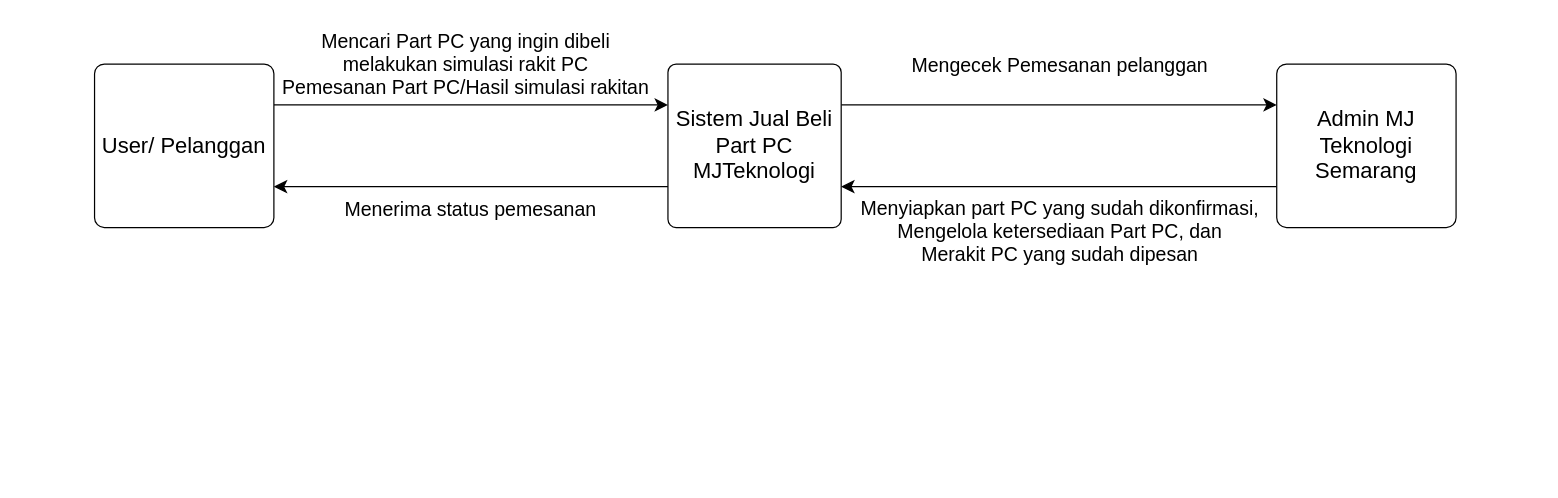
This is mj teknologi.drawio from gelaws-hub/mjtek-site, a draw.io file, before an edit. Source tidied: cells renumbered, new cells numbered last; positions are measured from the earlier drawing's top-left corner, leaving out a move shared by most shapes. Both pictures are drawn from the tidied source at 122%, with x=0, y=0 at pixel (94, 21).
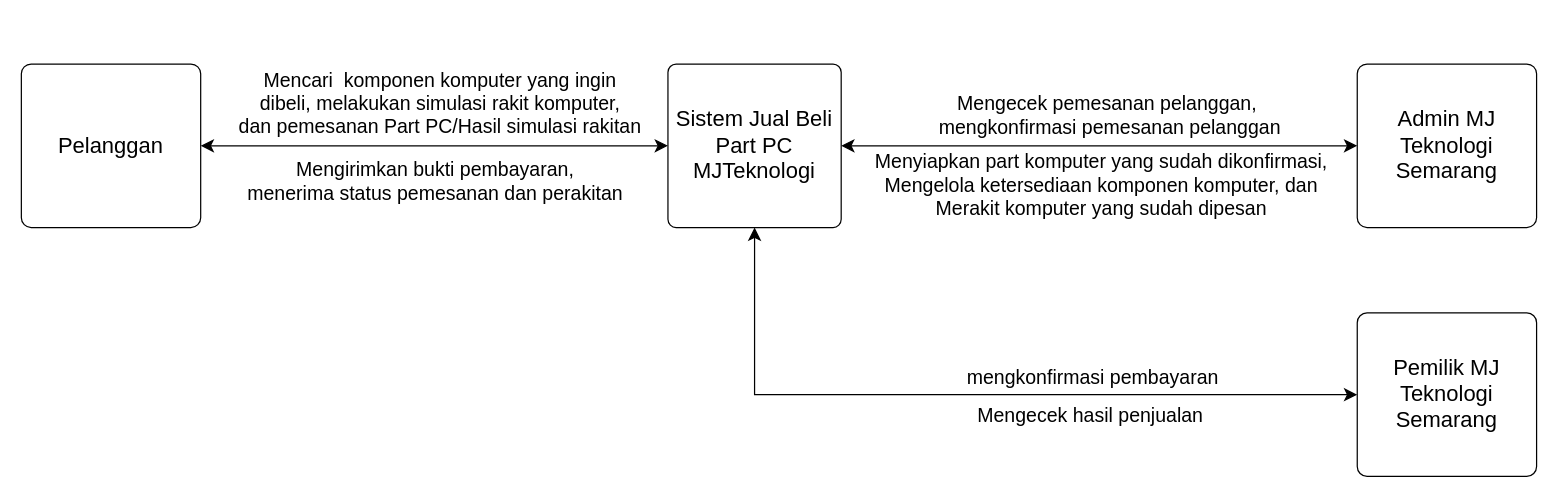
The same diagram, later.

The edit, as a diff of the source:
```diff
@@
 <mxGraphModel>
   <root>
     <mxCell id="0" />
     <mxCell id="1" parent="0" />
-    <mxCell id="2" style="edgeStyle=none;curved=1;rounded=0;jettySize=auto;html=1;exitX=1;exitY=0.25;exitDx=0;exitDy=0;entryX=0;entryY=0.25;entryDx=0;entryDy=0;fontSize=12;startSize=8;endSize=8;" parent="1" edge="1" source="3" target="6">
+    <mxCell id="2" style="edgeStyle=none;curved=1;rounded=0;jettySize=auto;html=1;exitX=1;exitY=0.5;exitDx=0;exitDy=0;entryX=0;entryY=0.5;entryDx=0;entryDy=0;fontSize=12;startSize=8;endSize=8;startArrow=classic;startFill=1;" parent="1" edge="1" source="3" target="6">
       <mxGeometry relative="1" as="geometry" />
     </mxCell>
-    <mxCell id="3" value="&lt;font style=&quot;font-size: 18px;&quot;&gt;User/ Pelanggan&lt;/font&gt;" style="rounded=1;whiteSpace=wrap;html=1;arcSize=6;" parent="1" vertex="1">
-      <mxGeometry y="35" width="147" height="134" as="geometry" />
+    <mxCell id="3" value="&lt;font style=&quot;font-size: 18px;&quot;&gt;Pelanggan&lt;/font&gt;" style="rounded=1;whiteSpace=wrap;html=1;arcSize=6;" parent="1" vertex="1">
+      <mxGeometry x="-60" y="35" width="147" height="134" as="geometry" />
     </mxCell>
-    <mxCell id="4" style="edgeStyle=none;curved=1;rounded=0;jettySize=auto;html=1;exitX=0;exitY=0.75;exitDx=0;exitDy=0;entryX=1;entryY=0.75;entryDx=0;entryDy=0;fontSize=12;startSize=8;endSize=8;" parent="1" edge="1" source="6" target="3">
-      <mxGeometry relative="1" as="geometry" />
-    </mxCell>
-    <mxCell id="5" style="edgeStyle=none;curved=1;rounded=0;jettySize=auto;html=1;exitX=1;exitY=0.25;exitDx=0;exitDy=0;entryX=0;entryY=0.25;entryDx=0;entryDy=0;fontSize=12;startSize=8;endSize=8;" parent="1" edge="1" source="6" target="10">
+    <mxCell id="5" style="edgeStyle=none;curved=1;rounded=0;jettySize=auto;html=1;exitX=1;exitY=0.5;exitDx=0;exitDy=0;entryX=0;entryY=0.5;entryDx=0;entryDy=0;fontSize=12;startSize=8;endSize=8;startArrow=classic;startFill=1;" parent="1" edge="1" source="6" target="10">
       <mxGeometry relative="1" as="geometry" />
     </mxCell>
+    <mxCell id="13" style="edgeStyle=orthogonalEdgeStyle;rounded=0;jettySize=auto;html=1;exitX=0.5;exitY=1;exitDx=0;exitDy=0;entryX=0;entryY=0.5;entryDx=0;entryDy=0;fontSize=12;startSize=8;endSize=8;startArrow=classic;startFill=1;" parent="1" edge="1" source="6" target="14">
+      <mxGeometry relative="1" as="geometry" />
+    </mxCell>
     <mxCell id="6" value="&lt;font style=&quot;font-size: 18px;&quot;&gt;Sistem Jual Beli Part PC MJTeknologi&lt;/font&gt;" style="rounded=1;whiteSpace=wrap;html=1;arcSize=5;" parent="1" vertex="1">
       <mxGeometry x="470" y="35" width="142" height="134" as="geometry" />
     </mxCell>
-    <mxCell id="7" value="Menerima status pemesanan" style="text;html=1;align=center;verticalAlign=middle;strokeColor=none;fillColor=none;fontSize=16;" parent="1" vertex="1">
-      <mxGeometry x="196" y="138" width="224" height="31" as="geometry" />
+    <mxCell id="7" value="Mengirimkan bukti pembayaran,&lt;br&gt;menerima status pemesanan dan perakitan" style="text;html=1;align=center;verticalAlign=middle;strokeColor=none;fillColor=none;fontSize=16;" parent="1" vertex="1">
+      <mxGeometry x="116" y="106" width="326" height="50" as="geometry" />
     </mxCell>
-    <mxCell id="8" value="&lt;font style=&quot;font-size: 16px;&quot;&gt;Mencari Part PC yang ingin dibeli&lt;br style=&quot;border-color: var(--border-color);&quot;&gt;melakukan simulasi rakit PC&lt;br&gt;Pemesanan Part PC/Hasil simulasi rakitan&lt;br&gt;&lt;/font&gt;" style="text;html=1;align=center;verticalAlign=middle;strokeColor=none;fillColor=none;fontSize=16;" parent="1" vertex="1">
-      <mxGeometry x="144" width="319" height="70" as="geometry" />
+    <mxCell id="8" value="&lt;font style=&quot;font-size: 16px;&quot;&gt;Mencari&amp;nbsp; komponen komputer yang ingin &lt;br&gt;dibeli, melakukan simulasi rakit komputer,&lt;br&gt;dan pemesanan Part PC/Hasil simulasi rakitan&lt;br&gt;&lt;/font&gt;" style="text;html=1;align=center;verticalAlign=middle;strokeColor=none;fillColor=none;fontSize=16;" parent="1" vertex="1">
+      <mxGeometry x="109" y="32" width="348" height="70" as="geometry" />
     </mxCell>
-    <mxCell id="9" style="edgeStyle=none;curved=1;rounded=0;jettySize=auto;html=1;exitX=0;exitY=0.75;exitDx=0;exitDy=0;entryX=1;entryY=0.75;entryDx=0;entryDy=0;fontSize=12;startSize=8;endSize=8;" parent="1" edge="1" source="10" target="6">
-      <mxGeometry relative="1" as="geometry" />
-    </mxCell>
     <mxCell id="10" value="&lt;font style=&quot;font-size: 18px;&quot;&gt;Admin MJ Teknologi Semarang&lt;/font&gt;" style="rounded=1;whiteSpace=wrap;html=1;arcSize=6;" parent="1" vertex="1">
-      <mxGeometry x="969" y="35" width="147" height="134" as="geometry" />
+      <mxGeometry x="1035" y="35" width="147" height="134" as="geometry" />
     </mxCell>
-    <mxCell id="11" value="Mengecek Pemesanan pelanggan" style="text;html=1;align=center;verticalAlign=middle;strokeColor=none;fillColor=none;fontSize=16;" parent="1" vertex="1">
-      <mxGeometry x="660" y="20" width="261" height="31" as="geometry" />
+    <mxCell id="11" value="Mengecek pemesanan pelanggan,&amp;nbsp;&lt;br&gt;mengkonfirmasi pemesanan pelanggan" style="text;html=1;align=center;verticalAlign=middle;strokeColor=none;fillColor=none;fontSize=16;" parent="1" vertex="1">
+      <mxGeometry x="683" y="52" width="298" height="50" as="geometry" />
     </mxCell>
-    <mxCell id="12" value="Menyiapkan part PC yang sudah dikonfirmasi,&lt;br&gt;Mengelola ketersediaan Part PC, dan&lt;br&gt;Merakit PC yang sudah dipesan" style="text;html=1;align=center;verticalAlign=middle;strokeColor=none;fillColor=none;fontSize=16;" parent="1" vertex="1">
-      <mxGeometry x="618.5" y="137" width="344" height="70" as="geometry" />
+    <mxCell id="12" value="Menyiapkan part komputer yang sudah dikonfirmasi,&lt;br&gt;Mengelola ketersediaan komponen komputer, dan&lt;br&gt;Merakit komputer yang sudah dipesan" style="text;html=1;align=center;verticalAlign=middle;strokeColor=none;fillColor=none;fontSize=16;" parent="1" vertex="1">
+      <mxGeometry x="630" y="99" width="389" height="70" as="geometry" />
     </mxCell>
+    <mxCell id="14" value="&lt;font style=&quot;font-size: 18px;&quot;&gt;Pemilik MJ Teknologi Semarang&lt;/font&gt;" style="rounded=1;whiteSpace=wrap;html=1;arcSize=6;" parent="1" vertex="1">
+      <mxGeometry x="1035" y="239" width="147" height="134" as="geometry" />
+    </mxCell>
+    <mxCell id="15" value="Mengecek hasil penjualan" style="text;html=1;align=center;verticalAlign=middle;strokeColor=none;fillColor=none;fontSize=16;" parent="1" vertex="1">
+      <mxGeometry x="714" y="307" width="203" height="31" as="geometry" />
+    </mxCell>
+    <mxCell id="16" value="mengkonfirmasi pembayaran" style="text;html=1;align=center;verticalAlign=middle;strokeColor=none;fillColor=none;fontSize=16;" parent="1" vertex="1">
+      <mxGeometry x="706" y="276" width="224" height="31" as="geometry" />
+    </mxCell>
   </root>
 </mxGraphModel>
```
